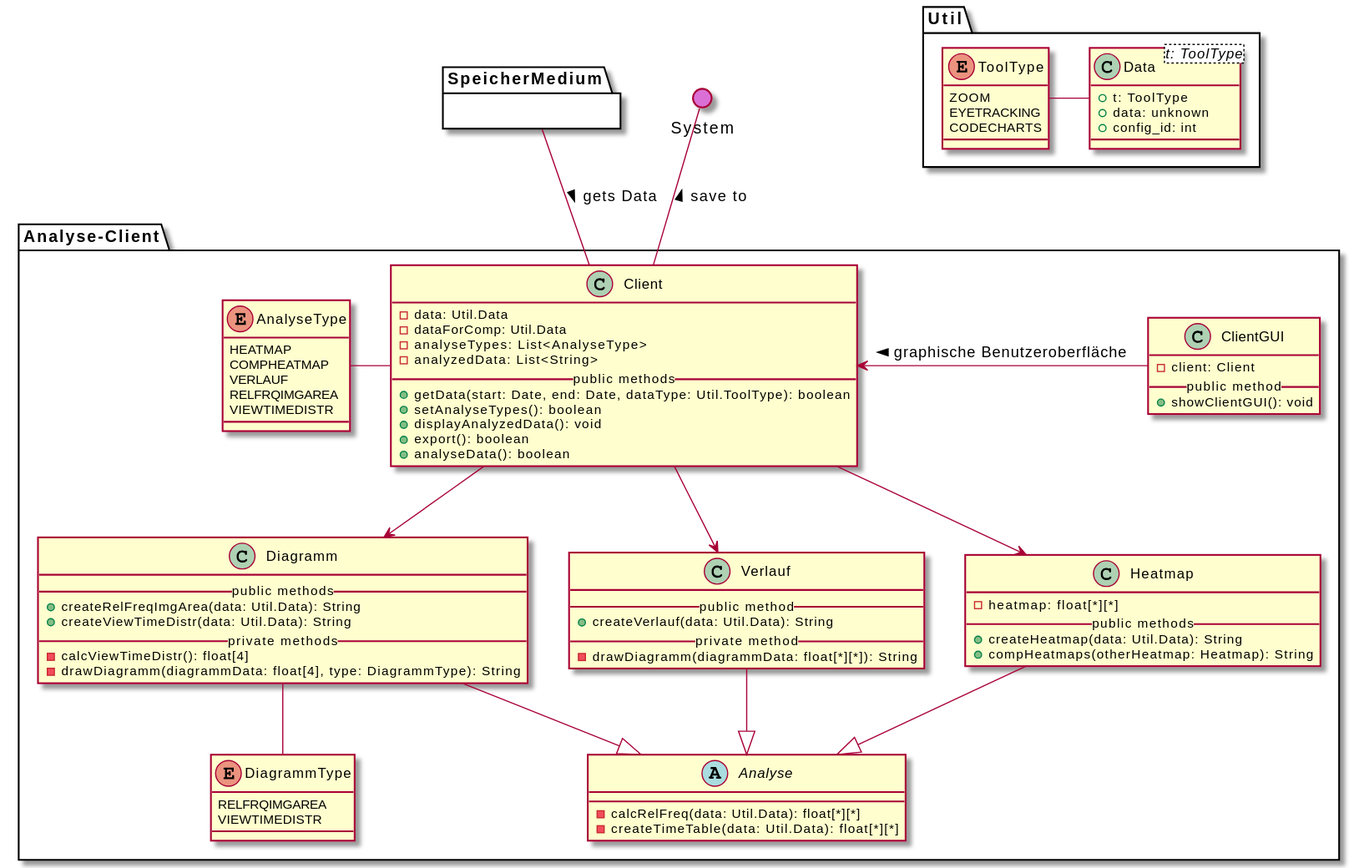
Earlier version of the PlantUML export meilenstein_03/uml-analyse-client/analyseclient.svg (weichware10/meilensteine).
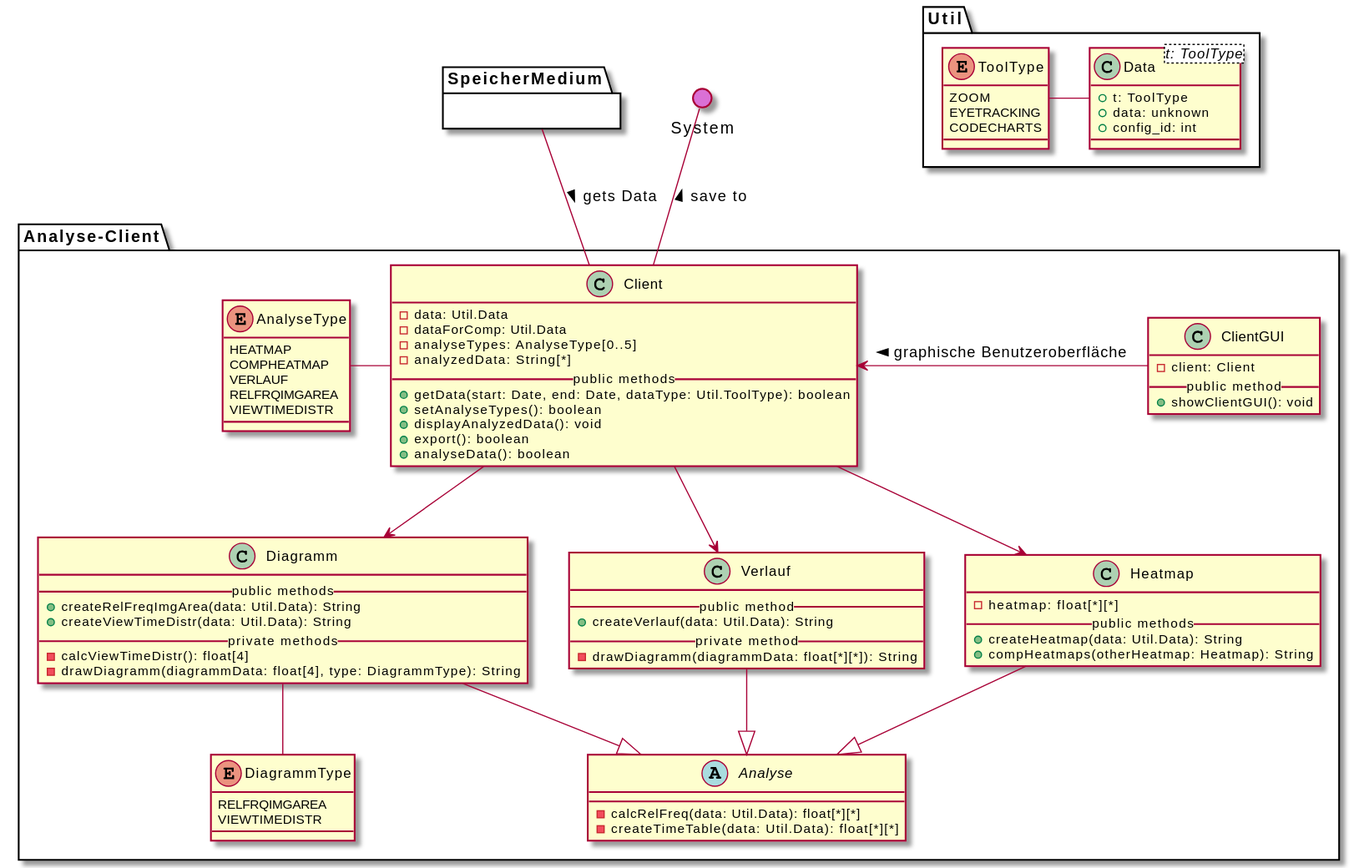
After the commit.

Commit message:
Render PlantUML SVGs

Diff of the diagram source:
```diff
@@ -4,8 +4,8 @@
     class Client {
         - data: Util.Data
         - dataForComp: Util.Data
-        - analyseTypes: List<AnalyseType>
-        - analyzedData: List<String>
+        - analyseTypes: AnalyseType[0..5]
+        - analyzedData: String[*]
         __public methods__
         + getData(start: Date, end: Date, dataType: Util.ToolType): boolean
         + setAnalyseTypes(): boolean
```
